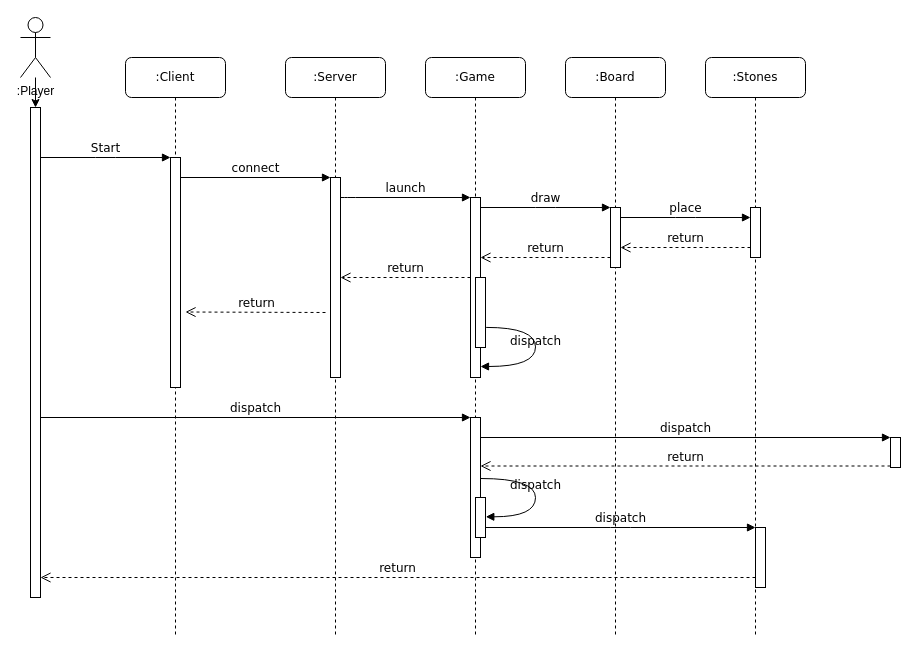
Earlier version of the draw.io diagram uml/sekwencyjny.drawio (junsevith/GameCalledGo). Source tidied: cells renumbered, new cells numbered last; positions are measured from the earlier drawing's top-left corner, leaving out a move shared by most shapes. Both pictures are drawn from the tidied source at 100%, with x=0, y=0 at pixel (20, 17).
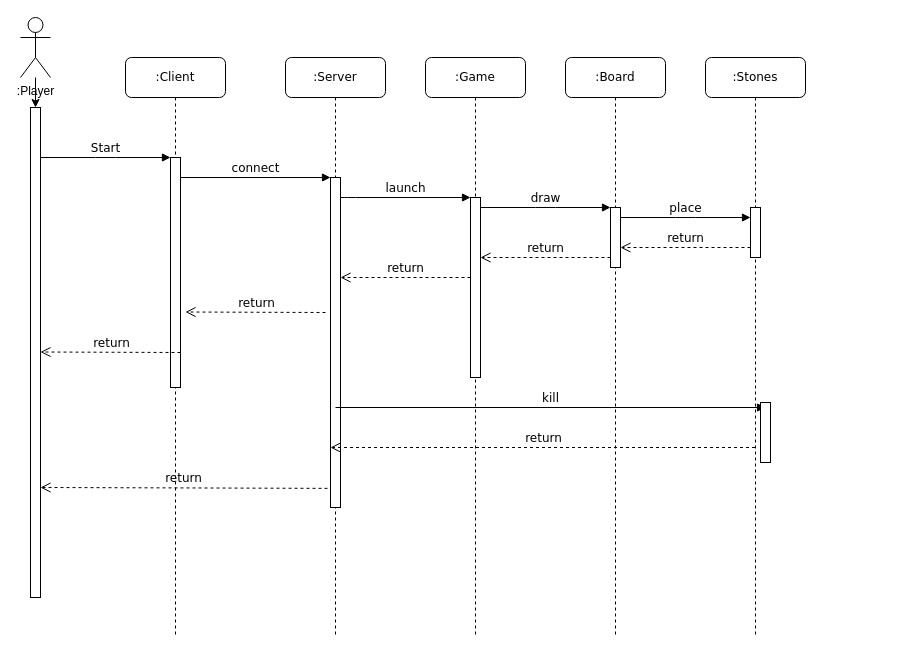
The same page after the edit.

The change refers to these unchanged cells:
```xml
<mxCell id="2" value=":Client" style="shape=umlLifeline;perimeter=lifelinePerimeter;whiteSpace=wrap;html=1;rounded=1;shadow=0;comic=0;labelBackgroundColor=none;strokeWidth=1;fontFamily=Verdana;fontSize=12;align=center;" parent="1" vertex="1">
  <mxGeometry x="105" y="40" width="100" height="580" as="geometry" />
</mxCell>
<mxCell id="4" value=":Server" style="shape=umlLifeline;perimeter=lifelinePerimeter;whiteSpace=wrap;html=1;rounded=1;shadow=0;comic=0;labelBackgroundColor=none;strokeWidth=1;fontFamily=Verdana;fontSize=12;align=center;" parent="1" vertex="1">
  <mxGeometry x="265" y="40" width="100" height="580" as="geometry" />
</mxCell>
<mxCell id="8" value=":Board" style="shape=umlLifeline;perimeter=lifelinePerimeter;whiteSpace=wrap;html=1;rounded=1;shadow=0;comic=0;labelBackgroundColor=none;strokeWidth=1;fontFamily=Verdana;fontSize=12;align=center;" parent="1" vertex="1">
  <mxGeometry x="545" y="40" width="100" height="580" as="geometry" />
</mxCell>
<mxCell id="9" value=":Stones" style="shape=umlLifeline;perimeter=lifelinePerimeter;whiteSpace=wrap;html=1;outlineConnect=0;rounded=1;shadow=0;comic=0;labelBackgroundColor=none;strokeWidth=1;fontFamily=Verdana;fontSize=12;align=center;" parent="1" vertex="1">
  <mxGeometry x="685" y="40" width="100" height="580" as="geometry" />
</mxCell>
<mxCell id="33" style="html=1;points=[];perimeter=orthogonalPerimeter;rounded=0;shadow=0;comic=0;labelBackgroundColor=none;strokeWidth=1;fontFamily=Verdana;fontSize=12;align=center;" parent="1" vertex="1">
  <mxGeometry x="10" y="90" width="10" height="490" as="geometry" />
</mxCell>
```

Diff of the diagram source:
```diff
@@
+    <mxCell id="24" value="return" style="html=1;verticalAlign=bottom;endArrow=open;dashed=1;endSize=8;labelBackgroundColor=none;fontFamily=Verdana;fontSize=12;edgeStyle=elbowEdgeStyle;elbow=vertical;" parent="2" edge="1">
+      <mxGeometry relative="1" as="geometry">
+        <mxPoint x="55" y="295" as="sourcePoint" />
+        <mxPoint x="-85" y="294.5" as="targetPoint" />
+        <Array as="points">
+          <mxPoint x="20" y="294.5" />
+          <mxPoint x="-10" y="274.5" />
+          <mxPoint x="20" y="274.5" />
+        </Array>
+      </mxGeometry>
+    </mxCell>
@@
     <mxCell id="5" style="html=1;points=[];perimeter=orthogonalPerimeter;rounded=0;shadow=0;comic=0;labelBackgroundColor=none;strokeWidth=1;fontFamily=Verdana;fontSize=12;align=center;" parent="4" vertex="1">
-      <mxGeometry x="45" y="120" width="10" height="200" as="geometry" />
+      <mxGeometry x="45" y="120" width="10" height="330" as="geometry" />
     </mxCell>
@@
+    <mxCell id="18" value="kill" style="html=1;verticalAlign=bottom;endArrow=block;entryX=0;entryY=0;labelBackgroundColor=none;fontFamily=Verdana;fontSize=12;" parent="8" edge="1">
+      <mxGeometry relative="1" as="geometry">
+        <mxPoint x="-230" y="350" as="sourcePoint" />
+        <mxPoint x="200" y="350" as="targetPoint" />
+      </mxGeometry>
+    </mxCell>
+    <mxCell id="21" value="return" style="html=1;verticalAlign=bottom;endArrow=open;dashed=1;endSize=8;labelBackgroundColor=none;fontFamily=Verdana;fontSize=12;" parent="8" edge="1" source="9">
+      <mxGeometry relative="1" as="geometry">
+        <mxPoint x="-235" y="390" as="targetPoint" />
+      </mxGeometry>
+    </mxCell>
@@
+    <mxCell id="22" style="html=1;points=[];perimeter=orthogonalPerimeter;rounded=0;shadow=0;comic=0;labelBackgroundColor=none;strokeWidth=1;fontFamily=Verdana;fontSize=12;align=center;" parent="9" vertex="1">
+      <mxGeometry x="55" y="345" width="10" height="60" as="geometry" />
+    </mxCell>
@@
-    <mxCell id="17" style="html=1;points=[];perimeter=orthogonalPerimeter;rounded=0;shadow=0;comic=0;labelBackgroundColor=none;strokeWidth=1;fontFamily=Verdana;fontSize=12;align=center;" parent="1" vertex="1">
-      <mxGeometry x="450" y="400" width="10" height="140" as="geometry" />
-    </mxCell>
-    <mxCell id="18" value="dispatch" style="html=1;verticalAlign=bottom;endArrow=block;entryX=0;entryY=0;labelBackgroundColor=none;fontFamily=Verdana;fontSize=12;" parent="1" edge="1" source="33" target="17">
-      <mxGeometry relative="1" as="geometry" />
-    </mxCell>
-    <mxCell id="19" style="html=1;points=[];perimeter=orthogonalPerimeter;rounded=0;shadow=0;comic=0;labelBackgroundColor=none;strokeColor=#000000;strokeWidth=1;fillColor=#FFFFFF;fontFamily=Verdana;fontSize=12;fontColor=#000000;align=center;" parent="1" vertex="1">
-      <mxGeometry x="870" y="420" width="10" height="30" as="geometry" />
-    </mxCell>
-    <mxCell id="20" value="dispatch" style="html=1;verticalAlign=bottom;endArrow=block;entryX=0;entryY=0;labelBackgroundColor=none;fontFamily=Verdana;fontSize=12;" parent="1" edge="1" source="17" target="19">
-      <mxGeometry relative="1" as="geometry" />
-    </mxCell>
-    <mxCell id="21" value="return" style="html=1;verticalAlign=bottom;endArrow=open;dashed=1;endSize=8;exitX=0;exitY=0.95;labelBackgroundColor=none;fontFamily=Verdana;fontSize=12;" parent="1" edge="1" source="19" target="17">
-      <mxGeometry relative="1" as="geometry" />
-    </mxCell>
-    <mxCell id="22" style="html=1;points=[];perimeter=orthogonalPerimeter;rounded=0;shadow=0;comic=0;labelBackgroundColor=none;strokeWidth=1;fontFamily=Verdana;fontSize=12;align=center;" parent="1" vertex="1">
-      <mxGeometry x="735" y="510" width="10" height="60" as="geometry" />
-    </mxCell>
-    <mxCell id="23" value="dispatch" style="html=1;verticalAlign=bottom;endArrow=block;entryX=0;entryY=0;labelBackgroundColor=none;fontFamily=Verdana;fontSize=12;edgeStyle=elbowEdgeStyle;elbow=vertical;" parent="1" edge="1" source="29" target="22">
-      <mxGeometry relative="1" as="geometry" />
-    </mxCell>
-    <mxCell id="24" value="return" style="html=1;verticalAlign=bottom;endArrow=open;dashed=1;endSize=8;labelBackgroundColor=none;fontFamily=Verdana;fontSize=12;edgeStyle=elbowEdgeStyle;elbow=vertical;" parent="1" edge="1" source="22" target="33">
-      <mxGeometry relative="1" as="geometry">
-        <Array as="points">
-          <mxPoint x="435" y="560" />
-        </Array>
-      </mxGeometry>
-    </mxCell>
@@
-    <mxCell id="27" style="html=1;points=[];perimeter=orthogonalPerimeter;rounded=0;shadow=0;comic=0;labelBackgroundColor=none;strokeWidth=1;fontFamily=Verdana;fontSize=12;align=center;" parent="1" vertex="1">
-      <mxGeometry x="455" y="260" width="10" height="70" as="geometry" />
-    </mxCell>
-    <mxCell id="28" value="dispatch" style="html=1;verticalAlign=bottom;endArrow=block;labelBackgroundColor=none;fontFamily=Verdana;fontSize=12;elbow=vertical;edgeStyle=orthogonalEdgeStyle;curved=1;exitX=1.066;exitY=0.713;exitPerimeter=0;" parent="1" edge="1" source="27">
-      <mxGeometry relative="1" as="geometry">
-        <mxPoint x="460" y="349" as="targetPoint" />
-        <Array as="points">
-          <mxPoint x="515" y="310" />
-          <mxPoint x="515" y="349" />
-        </Array>
-      </mxGeometry>
-    </mxCell>
-    <mxCell id="29" style="html=1;points=[];perimeter=orthogonalPerimeter;rounded=0;shadow=0;comic=0;labelBackgroundColor=none;strokeWidth=1;fontFamily=Verdana;fontSize=12;align=center;" parent="1" vertex="1">
-      <mxGeometry x="455" y="480" width="10" height="40" as="geometry" />
-    </mxCell>
-    <mxCell id="30" value="dispatch" style="html=1;verticalAlign=bottom;endArrow=block;labelBackgroundColor=none;fontFamily=Verdana;fontSize=12;elbow=vertical;edgeStyle=orthogonalEdgeStyle;curved=1;entryX=1;entryY=0.286;entryPerimeter=0;exitX=1.038;exitY=0.345;exitPerimeter=0;" parent="1" edge="1">
-      <mxGeometry relative="1" as="geometry">
-        <mxPoint x="460.3" y="461" as="sourcePoint" />
-        <mxPoint x="465.3" y="499.3" as="targetPoint" />
-        <Array as="points">
-          <mxPoint x="515" y="461" />
-          <mxPoint x="515" y="499" />
-        </Array>
-      </mxGeometry>
-    </mxCell>
@@
+    <mxCell id="36" value="return" style="html=1;verticalAlign=bottom;endArrow=open;dashed=1;endSize=8;exitX=-0.3;exitY=0.942;labelBackgroundColor=none;fontFamily=Verdana;fontSize=12;exitDx=0;exitDy=0;exitPerimeter=0;" parent="1" edge="1" source="5">
+      <mxGeometry relative="1" as="geometry">
+        <mxPoint x="20" y="470" as="targetPoint" />
+      </mxGeometry>
+    </mxCell>
```
